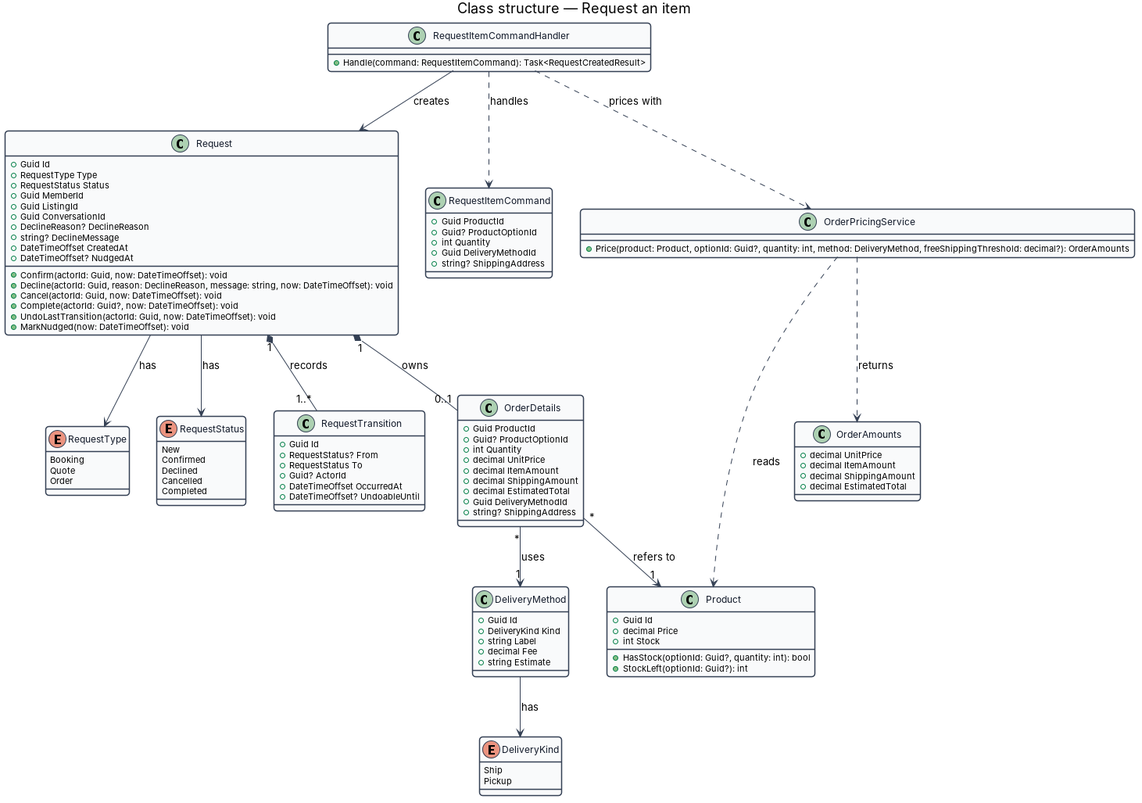
Above: docs/detailed-designs/requests/request-item/diagrams/class-structure.png in QuinntyneBrown/jubilee (PlantUML), before the change. Its source is kept beside it as docs/detailed-designs/requests/request-item/diagrams/class-structure.puml.
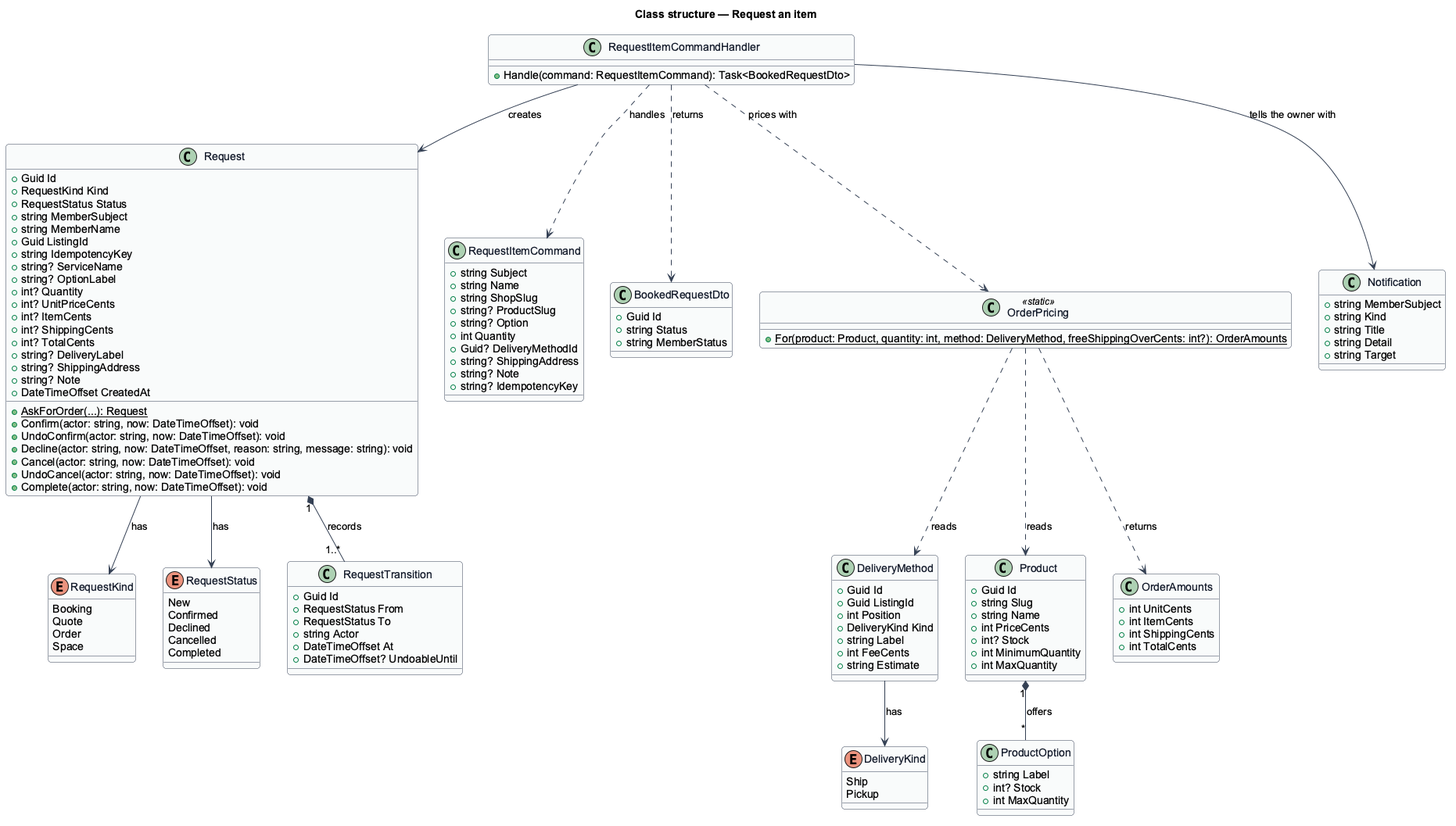
After the commit.

Diff of the diagram source:
```diff
@@ -11,10 +11,11 @@
 }
 title Class structure — Request an item
 
-enum RequestType {
+enum RequestKind {
   Booking
   Quote
   Order
+  Space
 }
 
 enum RequestStatus {
@@ -27,34 +28,43 @@
 
 class Request {
   +Guid Id
-  +RequestType Type
+  +RequestKind Kind
   +RequestStatus Status
-  +Guid MemberId
+  +string MemberSubject
+  +string MemberName
   +Guid ListingId
-  +Guid ConversationId
-  +DeclineReason? DeclineReason
-  +string? DeclineMessage
+  +string IdempotencyKey
+  +string? ServiceName
+  +string? OptionLabel
+  +int? Quantity
+  +int? UnitPriceCents
+  +int? ItemCents
+  +int? ShippingCents
+  +int? TotalCents
+  +string? DeliveryLabel
+  +string? ShippingAddress
+  +string? Note
   +DateTimeOffset CreatedAt
-  +DateTimeOffset? NudgedAt
-  +Confirm(actorId: Guid, now: DateTimeOffset): void
-  +Decline(actorId: Guid, reason: DeclineReason, message: string, now: DateTimeOffset): void
-  +Cancel(actorId: Guid, now: DateTimeOffset): void
-  +Complete(actorId: Guid?, now: DateTimeOffset): void
-  +UndoLastTransition(actorId: Guid, now: DateTimeOffset): void
-  +MarkNudged(now: DateTimeOffset): void
+  +{static} AskForOrder(...): Request
+  +Confirm(actor: string, now: DateTimeOffset): void
+  +UndoConfirm(actor: string, now: DateTimeOffset): void
+  +Decline(actor: string, now: DateTimeOffset, reason: string, message: string): void
+  +Cancel(actor: string, now: DateTimeOffset): void
+  +UndoCancel(actor: string, now: DateTimeOffset): void
+  +Complete(actor: string, now: DateTimeOffset): void
 }
 
 class RequestTransition {
   +Guid Id
-  +RequestStatus? From
+  +RequestStatus From
   +RequestStatus To
-  +Guid? ActorId
-  +DateTimeOffset OccurredAt
+  +string Actor
+  +DateTimeOffset At
   +DateTimeOffset? UndoableUntil
 }
 
 Request "1" *-- "1..*" RequestTransition : records
-Request --> RequestType : has
+Request --> RequestKind : has
 Request --> RequestStatus : has
 
 enum DeliveryKind {
@@ -62,64 +72,82 @@
   Pickup
 }
 
-class OrderDetails {
-  +Guid ProductId
-  +Guid? ProductOptionId
-  +int Quantity
-  +decimal UnitPrice
-  +decimal ItemAmount
-  +decimal ShippingAmount
-  +decimal EstimatedTotal
-  +Guid DeliveryMethodId
-  +string? ShippingAddress
-}
-
 class DeliveryMethod {
   +Guid Id
+  +Guid ListingId
+  +int Position
   +DeliveryKind Kind
   +string Label
-  +decimal Fee
+  +int FeeCents
   +string Estimate
 }
 
 class Product {
   +Guid Id
-  +decimal Price
-  +int Stock
-  +HasStock(optionId: Guid?, quantity: int): bool
-  +StockLeft(optionId: Guid?): int
+  +string Slug
+  +string Name
+  +int PriceCents
+  +int? Stock
+  +int MinimumQuantity
+  +int MaxQuantity
+}
+
+class ProductOption {
+  +string Label
+  +int? Stock
+  +int MaxQuantity
 }
 
 class RequestItemCommand {
-  +Guid ProductId
-  +Guid? ProductOptionId
+  +string Subject
+  +string Name
+  +string ShopSlug
+  +string? ProductSlug
+  +string? Option
   +int Quantity
-  +Guid DeliveryMethodId
+  +Guid? DeliveryMethodId
   +string? ShippingAddress
+  +string? Note
+  +string? IdempotencyKey
 }
 
 class RequestItemCommandHandler {
-  +Handle(command: RequestItemCommand): Task<RequestCreatedResult>
+  +Handle(command: RequestItemCommand): Task<BookedRequestDto>
 }
 
-class OrderPricingService {
-  +Price(product: Product, optionId: Guid?, quantity: int, method: DeliveryMethod, freeShippingThreshold: decimal?): OrderAmounts
+class BookedRequestDto {
+  +Guid Id
+  +string Status
+  +string MemberStatus
+}
+
+class OrderPricing <<static>> {
+  +{static} For(product: Product, quantity: int, method: DeliveryMethod, freeShippingOverCents: int?): OrderAmounts
 }
 
 class OrderAmounts {
-  +decimal UnitPrice
-  +decimal ItemAmount
-  +decimal ShippingAmount
-  +decimal EstimatedTotal
+  +int UnitCents
+  +int ItemCents
+  +int ShippingCents
+  +int TotalCents
 }
 
-Request "1" *-- "0..1" OrderDetails : owns
-OrderDetails "*" --> "1" Product : refers to
-OrderDetails "*" --> "1" DeliveryMethod : uses
+class Notification {
+  +string MemberSubject
+  +string Kind
+  +string Title
+  +string Detail
+  +string Target
+}
+
+Product "1" *-- "*" ProductOption : offers
 DeliveryMethod --> DeliveryKind : has
 RequestItemCommandHandler ..> RequestItemCommand : handles
-RequestItemCommandHandler ..> OrderPricingService : prices with
+RequestItemCommandHandler ..> OrderPricing : prices with
+RequestItemCommandHandler ..> BookedRequestDto : returns
 RequestItemCommandHandler --> Request : creates
-OrderPricingService ..> OrderAmounts : returns
-OrderPricingService ..> Product : reads
+RequestItemCommandHandler --> Notification : tells the owner with
+OrderPricing ..> OrderAmounts : returns
+OrderPricing ..> Product : reads
+OrderPricing ..> DeliveryMethod : reads
 @enduml
```
